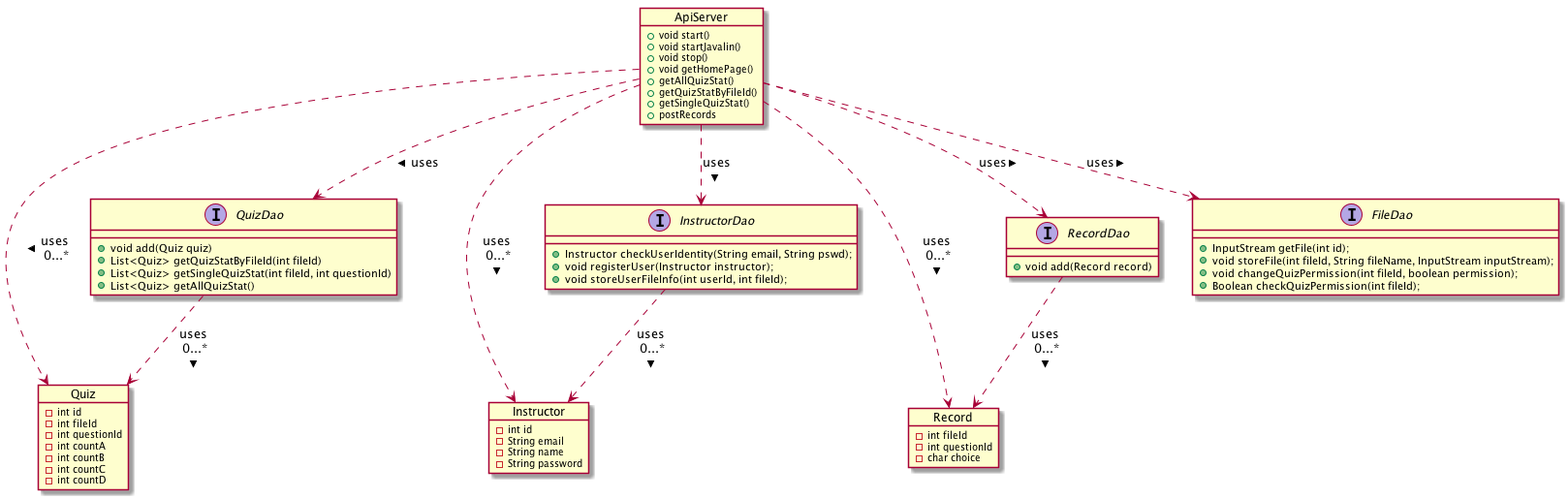
Earlier version of the PlantUML export docs/it5/it5_UML.png (MrAllenChan/QuizHero). Source of this version:
```plantuml
@startuml

object ApiServer {
+void start()
+void startJavalin()
+void stop()
+void getHomePage()
+getAllQuizStat()
+getQuizStatByFileId()
+getSingleQuizStat()
+postRecords
}

object Instructor {
-int id
-String email
-String name
-String password
}

object Quiz {
    -int id
    -int fileId
    -int questionId
    -int countA
    -int countB
    -int countC
    -int countD
}

object Record {
    -int fileId
    -int questionId
    -char choice
}

Interface QuizDao {
+void add(Quiz quiz)
+List<Quiz> getQuizStatByFileId(int fileId)
+List<Quiz> getSingleQuizStat(int fileId, int questionId)
+List<Quiz> getAllQuizStat()
}

Interface RecordDao {
+void add(Record record)
}

Interface InstructorDao {
+Instructor checkUserIdentity(String email, String pswd);
+void registerUser(Instructor instructor);
+void storeUserFileInfo(int userId, int fileId);
}

Interface FileDao {
+InputStream getFile(int id);
+void storeFile(int fileId, String fileName, InputStream inputStream);
+void changeQuizPermission(int fileId, boolean permission);
+Boolean checkQuizPermission(int fileId);
}

QuizDao ..> Quiz : > uses \n0...*
RecordDao ..> Record : > uses \n0...*
InstructorDao ..> Instructor : > uses \n0...*
ApiServer ..> QuizDao : > uses
ApiServer ..> RecordDao : > uses
ApiServer ..> InstructorDao : > uses
ApiServer ..> FileDao : > uses
ApiServer ..> Quiz : > uses \n0...*
ApiServer ..> Record : > uses \n0...*
ApiServer ..> Instructor : > uses \n0...*

@enduml
```
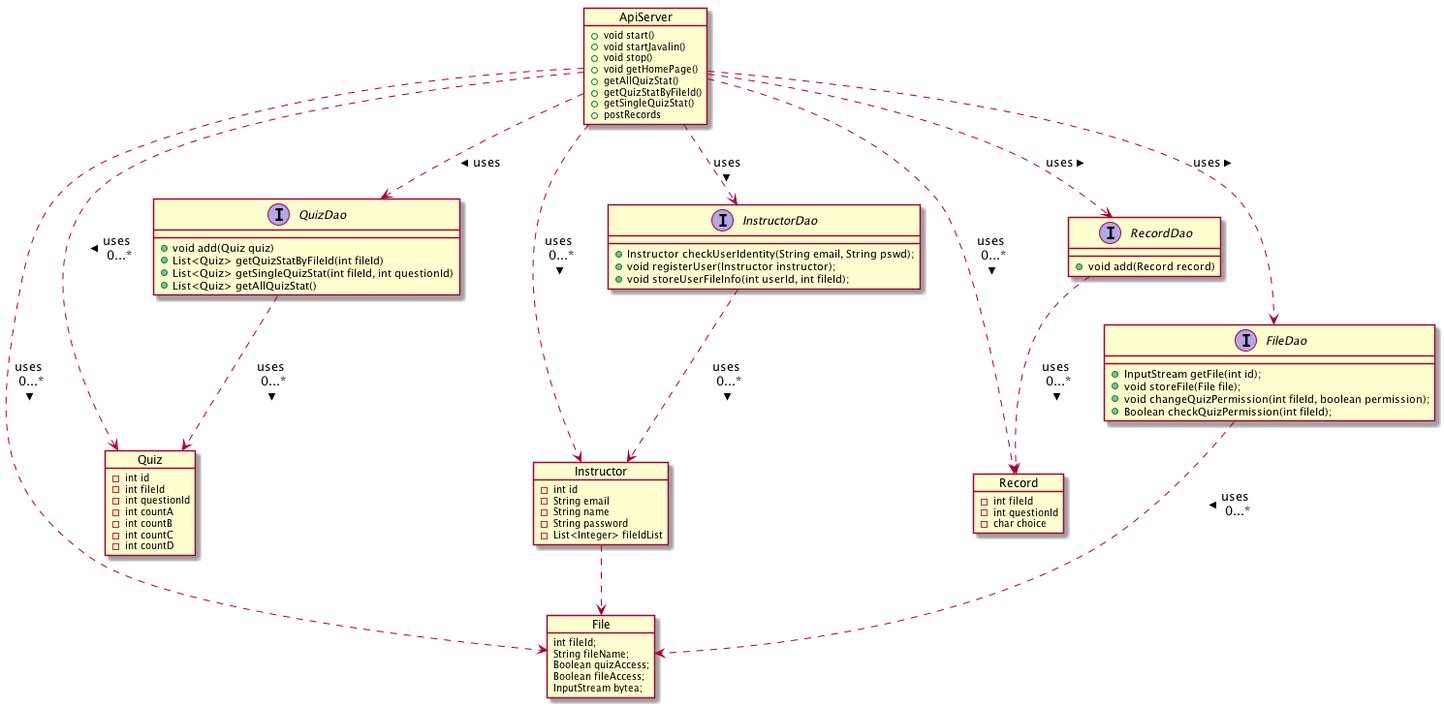
After the commit.

Commit message:
edit uml, add file model

Change to the diagram source:
```diff
@@ -11,11 +11,20 @@
 +postRecords
 }
 
+object File {
+int fileId;
+String fileName;
+Boolean quizAccess;
+Boolean fileAccess;
+InputStream bytea;
+}
+
 object Instructor {
 -int id
 -String email
 -String name
 -String password
+-List<Integer> fileIdList
 }
 
 object Quiz {
@@ -53,7 +62,7 @@
 
 Interface FileDao {
 +InputStream getFile(int id);
-+void storeFile(int fileId, String fileName, InputStream inputStream);
++void storeFile(File file);
 +void changeQuizPermission(int fileId, boolean permission);
 +Boolean checkQuizPermission(int fileId);
 }
@@ -61,6 +70,10 @@
 QuizDao ..> Quiz : > uses \n0...*
 RecordDao ..> Record : > uses \n0...*
 InstructorDao ..> Instructor : > uses \n0...*
+FileDao ..> File : > uses \n0...*
+
+Instructor ..> File
+
 ApiServer ..> QuizDao : > uses
 ApiServer ..> RecordDao : > uses
 ApiServer ..> InstructorDao : > uses
@@ -68,5 +81,7 @@
 ApiServer ..> Quiz : > uses \n0...*
 ApiServer ..> Record : > uses \n0...*
 ApiServer ..> Instructor : > uses \n0...*
+ApiServer ..> File : > uses \n0...*
+
 
 @enduml
```
